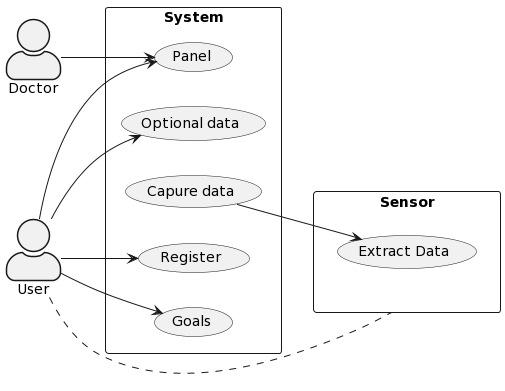
Above: Diagrams/userCase.png in NuriaMitjavila/Software-Engineering (PlantUML), before the change.
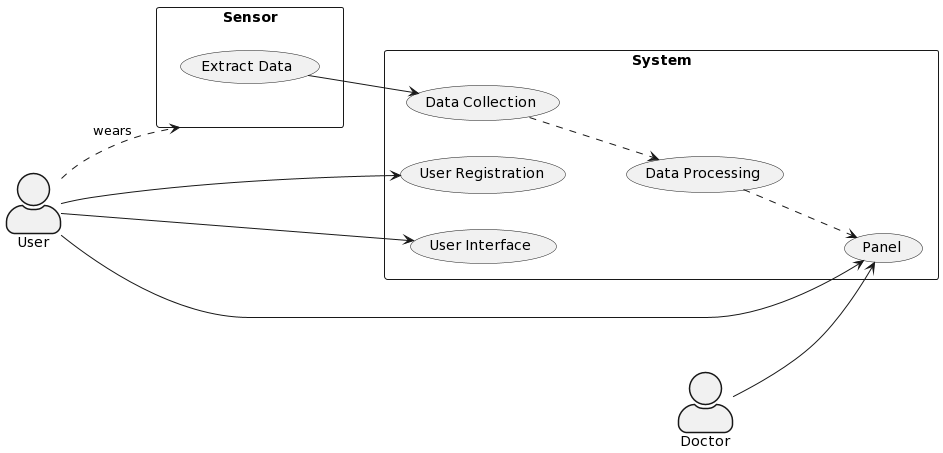
After the commit.

Diff of the diagram source:
```diff
@@ -4,21 +4,22 @@
 actor User
 actor Doctor
 rectangle System {
-  usecase "Register" as R
-  usecase "Goals" as Goals
-  usecase "Capure data" as data
-  usecase "Optional data" as d
+  usecase "User Registration" as R
+  usecase "User Interface" as Goals
+  usecase "Data Collection" as data
+  usecase "Data Processing" as d
   usecase "Panel" as External
 }
 rectangle Sensor {
   usecase "Extract Data" as i
 }
 
-User --> d
+data ..> d
+d ..> External
 User --> R
 User --> External
-User .. Sensor
+User ..> Sensor: wears
 Doctor --> External
 User --> Goals
-data --> i
+i --> data
 @enduml
```
